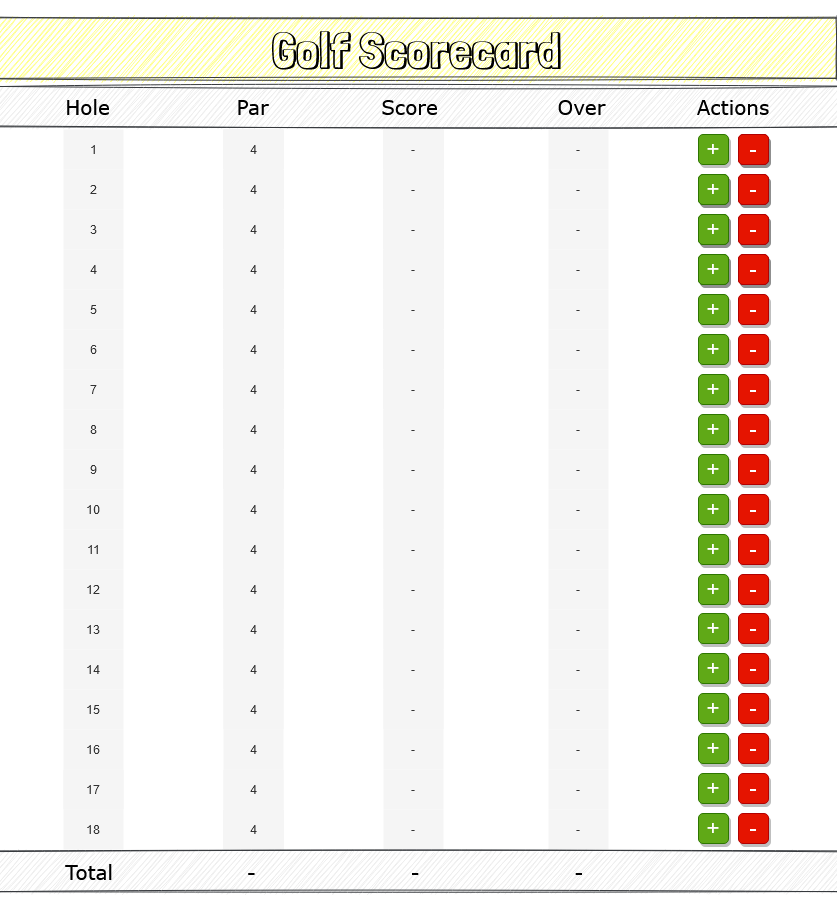
Before: assignments/golfscorecard.png, a diagram exported from draw.io (LordeVoldemort/LordeVoldemort.github.io). Source tidied: cells renumbered, new cells last; positions are measured from the earlier drawing's top-left corner, leaving out a move shared by most shapes.
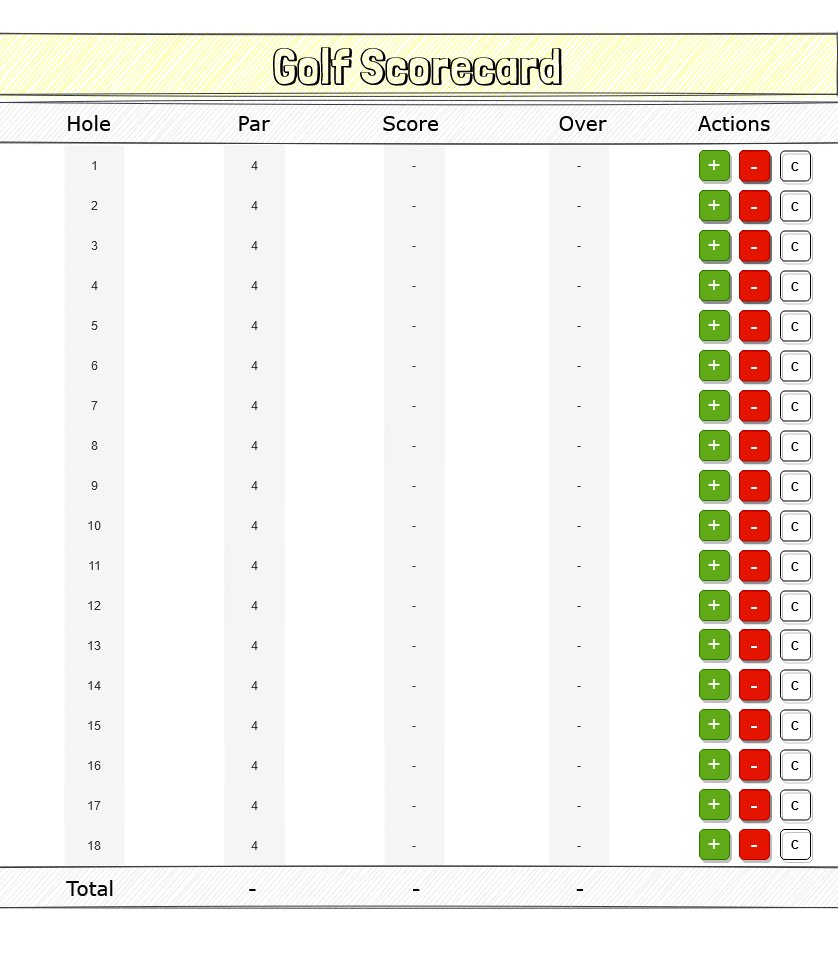
Later version of the same file.

Change to the diagram source:
```diff
@@ -647,5 +647,110 @@
     <mxCell id="216" value="&lt;font style=&quot;font-size: 20px&quot;&gt;&amp;nbsp;&amp;nbsp;&amp;nbsp;&amp;nbsp;&amp;nbsp;&amp;nbsp;&amp;nbsp;&amp;nbsp;&amp;nbsp; Total &amp;nbsp;&amp;nbsp;&amp;nbsp;&amp;nbsp;&amp;nbsp;&amp;nbsp;&amp;nbsp;&amp;nbsp;&amp;nbsp;&amp;nbsp;&amp;nbsp;&amp;nbsp;&amp;nbsp;&amp;nbsp;&amp;nbsp;&amp;nbsp;&amp;nbsp; - &amp;nbsp;&amp;nbsp;&amp;nbsp;&amp;nbsp;&amp;nbsp;&amp;nbsp;&amp;nbsp;&amp;nbsp;&amp;nbsp;&amp;nbsp;&amp;nbsp;&amp;nbsp;&amp;nbsp;&amp;nbsp;&amp;nbsp;&amp;nbsp;&amp;nbsp;&amp;nbsp;&amp;nbsp;&amp;nbsp; -&amp;nbsp;&amp;nbsp;&amp;nbsp;&amp;nbsp;&amp;nbsp;&amp;nbsp;&amp;nbsp;&amp;nbsp;&amp;nbsp;&amp;nbsp;&amp;nbsp;&amp;nbsp;&amp;nbsp;&amp;nbsp;&amp;nbsp;&amp;nbsp;&amp;nbsp;&amp;nbsp;&amp;nbsp;&amp;nbsp;&amp;nbsp; -&lt;br&gt;&lt;/font&gt;" style="text;html=1;strokeColor=#36393d;fillColor=#eeeeee;align=left;verticalAlign=middle;whiteSpace=wrap;rounded=0;fontFamily=Verdana;shadow=0;sketch=1;" parent="1" vertex="1">
       <mxGeometry y="834" width="850" height="40" as="geometry" />
     </mxCell>
+    <mxCell id="217" value="&lt;font style=&quot;font-size: 22px&quot;&gt;-&lt;/font&gt;" style="whiteSpace=wrap;html=1;strokeColor=#B20000;fillColor=#e51400;rounded=1;glass=0;fontColor=#ffffff;sketch=0;shadow=1;" parent="1" vertex="1">
+      <mxGeometry x="745" y="117.5" width="30" height="30" as="geometry" />
+    </mxCell>
+    <mxCell id="218" value="&lt;font style=&quot;font-size: 22px&quot;&gt;-&lt;/font&gt;" style="whiteSpace=wrap;html=1;strokeColor=#B20000;fillColor=#e51400;rounded=1;glass=0;fontColor=#ffffff;sketch=0;shadow=1;" parent="1" vertex="1">
+      <mxGeometry x="745" y="157.5" width="30" height="30" as="geometry" />
+    </mxCell>
+    <mxCell id="219" value="&lt;font style=&quot;font-size: 22px&quot;&gt;-&lt;/font&gt;" style="whiteSpace=wrap;html=1;strokeColor=#B20000;fillColor=#e51400;rounded=1;glass=0;fontColor=#ffffff;sketch=0;shadow=1;" parent="1" vertex="1">
+      <mxGeometry x="745" y="197.5" width="30" height="30" as="geometry" />
+    </mxCell>
+    <mxCell id="220" value="&lt;font style=&quot;font-size: 22px&quot;&gt;-&lt;/font&gt;" style="whiteSpace=wrap;html=1;strokeColor=#B20000;fillColor=#e51400;rounded=1;glass=0;fontColor=#ffffff;sketch=0;shadow=1;" parent="1" vertex="1">
+      <mxGeometry x="745" y="237.5" width="30" height="30" as="geometry" />
+    </mxCell>
+    <mxCell id="221" value="&lt;font style=&quot;font-size: 22px&quot;&gt;-&lt;/font&gt;" style="whiteSpace=wrap;html=1;strokeColor=#B20000;fillColor=#e51400;rounded=1;glass=0;fontColor=#ffffff;sketch=0;shadow=1;" parent="1" vertex="1">
+      <mxGeometry x="745" y="277.5" width="30" height="30" as="geometry" />
+    </mxCell>
+    <mxCell id="222" value="&lt;font style=&quot;font-size: 22px&quot;&gt;-&lt;/font&gt;" style="whiteSpace=wrap;html=1;strokeColor=#B20000;fillColor=#e51400;rounded=1;glass=0;fontColor=#ffffff;sketch=0;shadow=1;" parent="1" vertex="1">
+      <mxGeometry x="745" y="317.5" width="30" height="30" as="geometry" />
+    </mxCell>
+    <mxCell id="223" value="&lt;font style=&quot;font-size: 22px&quot;&gt;-&lt;/font&gt;" style="whiteSpace=wrap;html=1;strokeColor=#B20000;fillColor=#e51400;rounded=1;glass=0;fontColor=#ffffff;sketch=0;shadow=1;" parent="1" vertex="1">
+      <mxGeometry x="745" y="357.5" width="30" height="30" as="geometry" />
+    </mxCell>
+    <mxCell id="224" value="&lt;font style=&quot;font-size: 22px&quot;&gt;-&lt;/font&gt;" style="whiteSpace=wrap;html=1;strokeColor=#B20000;fillColor=#e51400;rounded=1;glass=0;fontColor=#ffffff;sketch=0;shadow=1;" parent="1" vertex="1">
+      <mxGeometry x="745" y="397.5" width="30" height="30" as="geometry" />
+    </mxCell>
+    <mxCell id="225" value="&lt;font style=&quot;font-size: 22px&quot;&gt;-&lt;/font&gt;" style="whiteSpace=wrap;html=1;strokeColor=#B20000;fillColor=#e51400;rounded=1;glass=0;fontColor=#ffffff;sketch=0;shadow=1;" parent="1" vertex="1">
+      <mxGeometry x="745" y="437.5" width="30" height="30" as="geometry" />
+    </mxCell>
+    <mxCell id="226" value="&lt;font style=&quot;font-size: 22px&quot;&gt;-&lt;/font&gt;" style="whiteSpace=wrap;html=1;strokeColor=#B20000;fillColor=#e51400;rounded=1;glass=0;fontColor=#ffffff;sketch=0;shadow=1;" parent="1" vertex="1">
+      <mxGeometry x="745" y="477.5" width="30" height="30" as="geometry" />
+    </mxCell>
+    <mxCell id="227" value="&lt;font style=&quot;font-size: 22px&quot;&gt;-&lt;/font&gt;" style="whiteSpace=wrap;html=1;strokeColor=#B20000;fillColor=#e51400;rounded=1;glass=0;fontColor=#ffffff;sketch=0;shadow=1;" parent="1" vertex="1">
+      <mxGeometry x="745" y="517.5" width="30" height="30" as="geometry" />
+    </mxCell>
+    <mxCell id="228" value="&lt;font style=&quot;font-size: 22px&quot;&gt;-&lt;/font&gt;" style="whiteSpace=wrap;html=1;strokeColor=#B20000;fillColor=#e51400;rounded=1;glass=0;fontColor=#ffffff;sketch=0;shadow=1;" parent="1" vertex="1">
+      <mxGeometry x="745" y="557.5" width="30" height="30" as="geometry" />
+    </mxCell>
+    <mxCell id="229" value="&lt;font style=&quot;font-size: 22px&quot;&gt;-&lt;/font&gt;" style="whiteSpace=wrap;html=1;strokeColor=#B20000;fillColor=#e51400;rounded=1;glass=0;fontColor=#ffffff;sketch=0;shadow=1;" parent="1" vertex="1">
+      <mxGeometry x="745" y="596.5" width="30" height="30" as="geometry" />
+    </mxCell>
+    <mxCell id="230" value="&lt;font style=&quot;font-size: 22px&quot;&gt;-&lt;/font&gt;" style="whiteSpace=wrap;html=1;strokeColor=#B20000;fillColor=#e51400;rounded=1;glass=0;fontColor=#ffffff;sketch=0;shadow=1;" parent="1" vertex="1">
+      <mxGeometry x="745" y="636.5" width="30" height="30" as="geometry" />
+    </mxCell>
+    <mxCell id="231" value="&lt;font style=&quot;font-size: 22px&quot;&gt;-&lt;/font&gt;" style="whiteSpace=wrap;html=1;strokeColor=#B20000;fillColor=#e51400;rounded=1;glass=0;fontColor=#ffffff;sketch=0;shadow=1;" parent="1" vertex="1">
+      <mxGeometry x="745" y="676.5" width="30" height="30" as="geometry" />
+    </mxCell>
+    <mxCell id="232" value="&lt;font style=&quot;font-size: 22px&quot;&gt;-&lt;/font&gt;" style="whiteSpace=wrap;html=1;strokeColor=#B20000;fillColor=#e51400;rounded=1;glass=0;fontColor=#ffffff;sketch=0;shadow=1;" parent="1" vertex="1">
+      <mxGeometry x="745" y="716.5" width="30" height="30" as="geometry" />
+    </mxCell>
+    <mxCell id="233" value="&lt;font style=&quot;font-size: 22px&quot;&gt;-&lt;/font&gt;" style="whiteSpace=wrap;html=1;strokeColor=#B20000;fillColor=#e51400;rounded=1;glass=0;fontColor=#ffffff;sketch=0;shadow=1;" parent="1" vertex="1">
+      <mxGeometry x="745" y="756.5" width="30" height="30" as="geometry" />
+    </mxCell>
+    <mxCell id="234" value="&lt;b&gt;C&lt;/b&gt;" style="whiteSpace=wrap;html=1;fillColor=none;rounded=1;glass=0;sketch=0;shadow=1;" parent="1" vertex="1">
+      <mxGeometry x="786" y="796" width="30" height="30" as="geometry" />
+    </mxCell>
+    <mxCell id="235" value="&lt;b&gt;C&lt;/b&gt;" style="whiteSpace=wrap;html=1;fillColor=none;rounded=1;glass=0;sketch=0;shadow=1;" parent="1" vertex="1">
+      <mxGeometry x="786" y="117.5" width="30" height="30" as="geometry" />
+    </mxCell>
+    <mxCell id="236" value="&lt;b&gt;C&lt;/b&gt;" style="whiteSpace=wrap;html=1;fillColor=none;rounded=1;glass=0;sketch=0;shadow=1;" parent="1" vertex="1">
+      <mxGeometry x="786" y="157.5" width="30" height="30" as="geometry" />
+    </mxCell>
+    <mxCell id="237" value="&lt;b&gt;C&lt;/b&gt;" style="whiteSpace=wrap;html=1;fillColor=none;rounded=1;glass=0;sketch=0;shadow=1;" parent="1" vertex="1">
+      <mxGeometry x="786" y="197.5" width="30" height="30" as="geometry" />
+    </mxCell>
+    <mxCell id="238" value="&lt;b&gt;C&lt;/b&gt;" style="whiteSpace=wrap;html=1;fillColor=none;rounded=1;glass=0;sketch=0;shadow=1;" parent="1" vertex="1">
+      <mxGeometry x="786" y="237.5" width="30" height="30" as="geometry" />
+    </mxCell>
+    <mxCell id="239" value="&lt;b&gt;C&lt;/b&gt;" style="whiteSpace=wrap;html=1;fillColor=none;rounded=1;glass=0;sketch=0;shadow=1;" parent="1" vertex="1">
+      <mxGeometry x="786" y="277.5" width="30" height="30" as="geometry" />
+    </mxCell>
+    <mxCell id="240" value="&lt;b&gt;C&lt;/b&gt;" style="whiteSpace=wrap;html=1;fillColor=none;rounded=1;glass=0;sketch=0;shadow=1;" parent="1" vertex="1">
+      <mxGeometry x="786" y="317.5" width="30" height="30" as="geometry" />
+    </mxCell>
+    <mxCell id="241" value="&lt;b&gt;C&lt;/b&gt;" style="whiteSpace=wrap;html=1;fillColor=none;rounded=1;glass=0;sketch=0;shadow=1;" parent="1" vertex="1">
+      <mxGeometry x="786" y="357.5" width="30" height="30" as="geometry" />
+    </mxCell>
+    <mxCell id="242" value="&lt;b&gt;C&lt;/b&gt;" style="whiteSpace=wrap;html=1;fillColor=none;rounded=1;glass=0;sketch=0;shadow=1;" parent="1" vertex="1">
+      <mxGeometry x="786" y="397.5" width="30" height="30" as="geometry" />
+    </mxCell>
+    <mxCell id="243" value="&lt;b&gt;C&lt;/b&gt;" style="whiteSpace=wrap;html=1;fillColor=none;rounded=1;glass=0;sketch=0;shadow=1;" parent="1" vertex="1">
+      <mxGeometry x="786" y="437.5" width="30" height="30" as="geometry" />
+    </mxCell>
+    <mxCell id="244" value="&lt;b&gt;C&lt;/b&gt;" style="whiteSpace=wrap;html=1;fillColor=none;rounded=1;glass=0;sketch=0;shadow=1;" parent="1" vertex="1">
+      <mxGeometry x="786" y="477.5" width="30" height="30" as="geometry" />
+    </mxCell>
+    <mxCell id="245" value="&lt;b&gt;C&lt;/b&gt;" style="whiteSpace=wrap;html=1;fillColor=none;rounded=1;glass=0;sketch=0;shadow=1;" parent="1" vertex="1">
+      <mxGeometry x="786" y="517.5" width="30" height="30" as="geometry" />
+    </mxCell>
+    <mxCell id="246" value="&lt;b&gt;C&lt;/b&gt;" style="whiteSpace=wrap;html=1;fillColor=none;rounded=1;glass=0;sketch=0;shadow=1;" parent="1" vertex="1">
+      <mxGeometry x="786" y="557.5" width="30" height="30" as="geometry" />
+    </mxCell>
+    <mxCell id="247" value="&lt;b&gt;C&lt;/b&gt;" style="whiteSpace=wrap;html=1;fillColor=none;rounded=1;glass=0;sketch=0;shadow=1;" parent="1" vertex="1">
+      <mxGeometry x="786" y="596.5" width="30" height="30" as="geometry" />
+    </mxCell>
+    <mxCell id="248" value="&lt;b&gt;C&lt;/b&gt;" style="whiteSpace=wrap;html=1;fillColor=none;rounded=1;glass=0;sketch=0;shadow=1;" parent="1" vertex="1">
+      <mxGeometry x="786" y="636.5" width="30" height="30" as="geometry" />
+    </mxCell>
+    <mxCell id="249" value="&lt;b&gt;C&lt;/b&gt;" style="whiteSpace=wrap;html=1;fillColor=none;rounded=1;glass=0;sketch=0;shadow=1;" parent="1" vertex="1">
+      <mxGeometry x="786" y="676.5" width="30" height="30" as="geometry" />
+    </mxCell>
+    <mxCell id="250" value="&lt;b&gt;C&lt;/b&gt;" style="whiteSpace=wrap;html=1;fillColor=none;rounded=1;glass=0;sketch=0;shadow=1;" parent="1" vertex="1">
+      <mxGeometry x="786" y="716.5" width="30" height="30" as="geometry" />
+    </mxCell>
+    <mxCell id="251" value="&lt;b&gt;C&lt;/b&gt;" style="whiteSpace=wrap;html=1;fillColor=none;rounded=1;glass=0;sketch=0;shadow=1;" parent="1" vertex="1">
+      <mxGeometry x="786" y="756.5" width="30" height="30" as="geometry" />
+    </mxCell>
   </root>
 </mxGraphModel>
```
